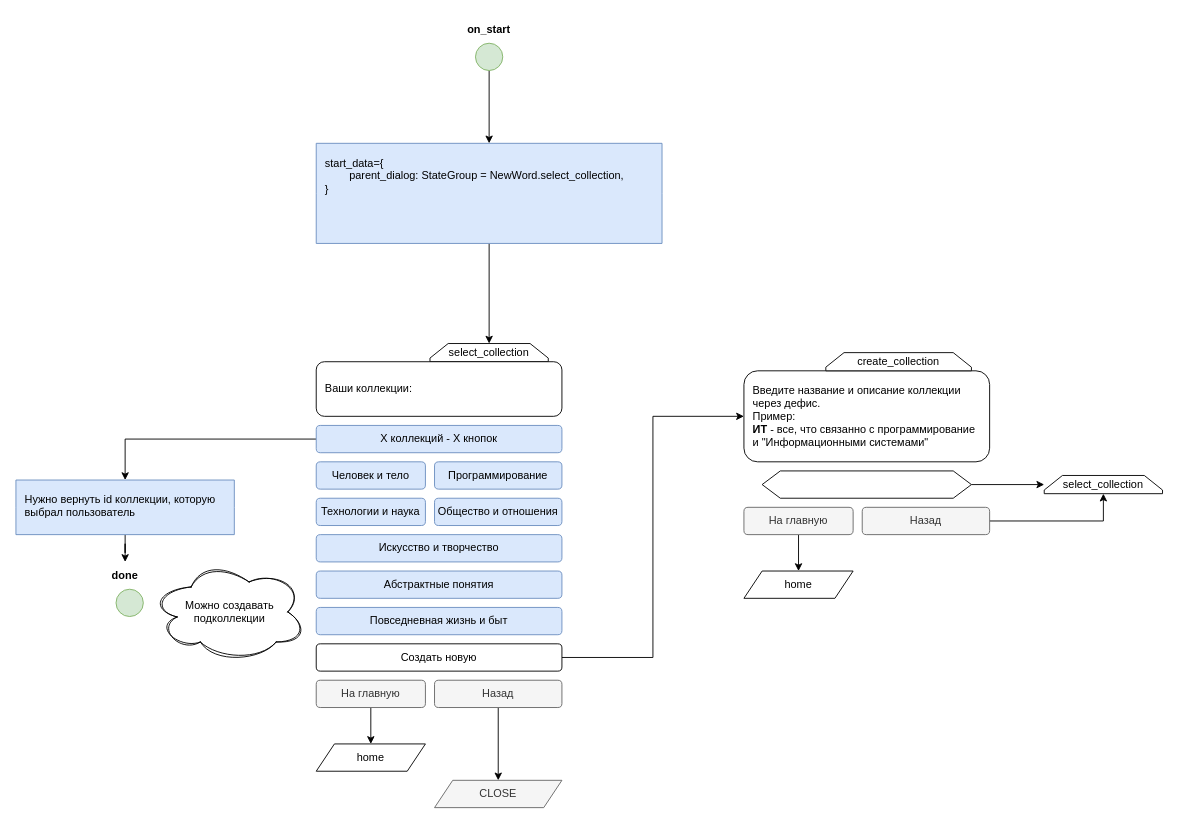
The draw.io diagram page "collection" (5 of 8) of lexi-bot.drawio in pasha-danilevich/lexi-bot, before the edit. Source tidied: cells renumbered, new cells numbered last; positions are measured from the earlier drawing's top-left corner, leaving out a move shared by most shapes. Both pictures are drawn from the tidied source at 91%, with x=0, y=0 at pixel (15, 15).
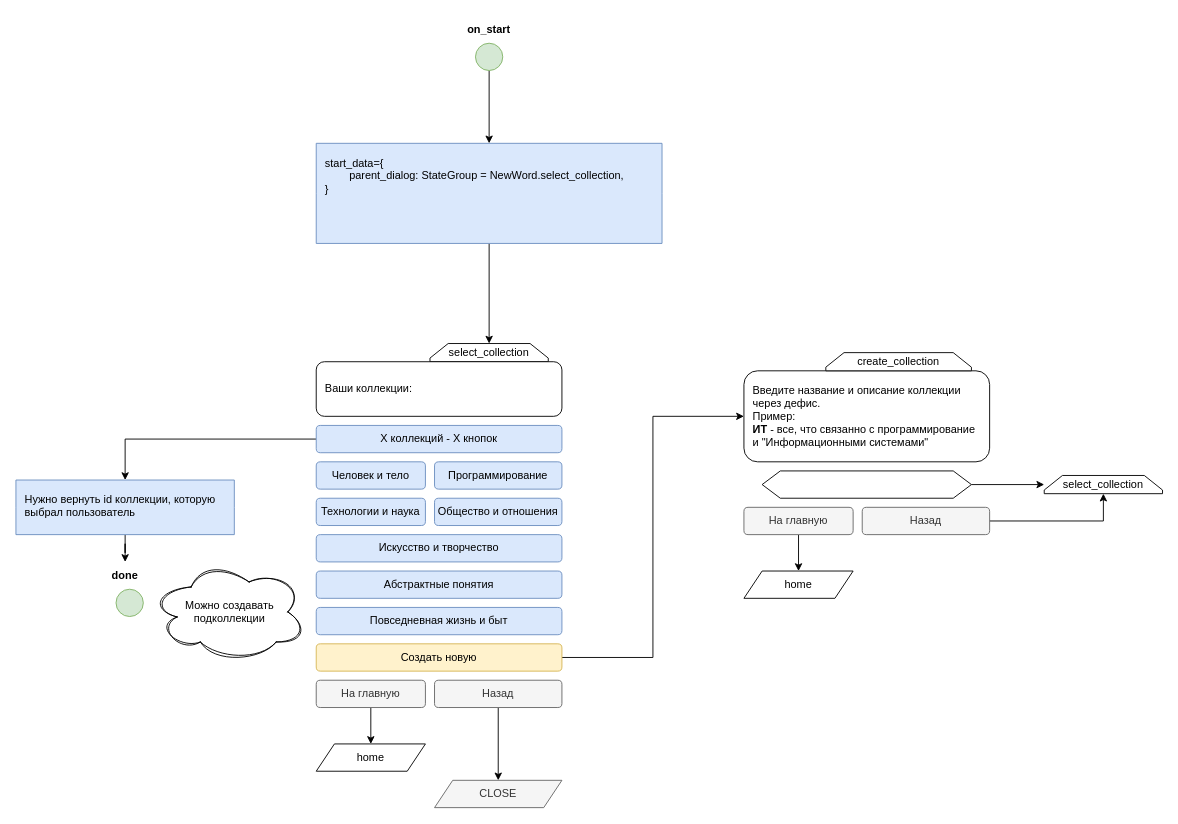
After the change.

The edit, as a diff of the source:
```diff
@@
-    <mxCell id="10" value="Создать новую" style="rounded=1;whiteSpace=wrap;html=1;spacingLeft=0;align=center;" parent="1" vertex="1">
+    <mxCell id="10" value="Создать новую" style="rounded=1;whiteSpace=wrap;html=1;spacingLeft=0;align=center;fillColor=#fff2cc;strokeColor=#d6b656;" parent="1" vertex="1">
       <mxGeometry x="330" y="690" width="270" height="30" as="geometry" />
     </mxCell>
```
